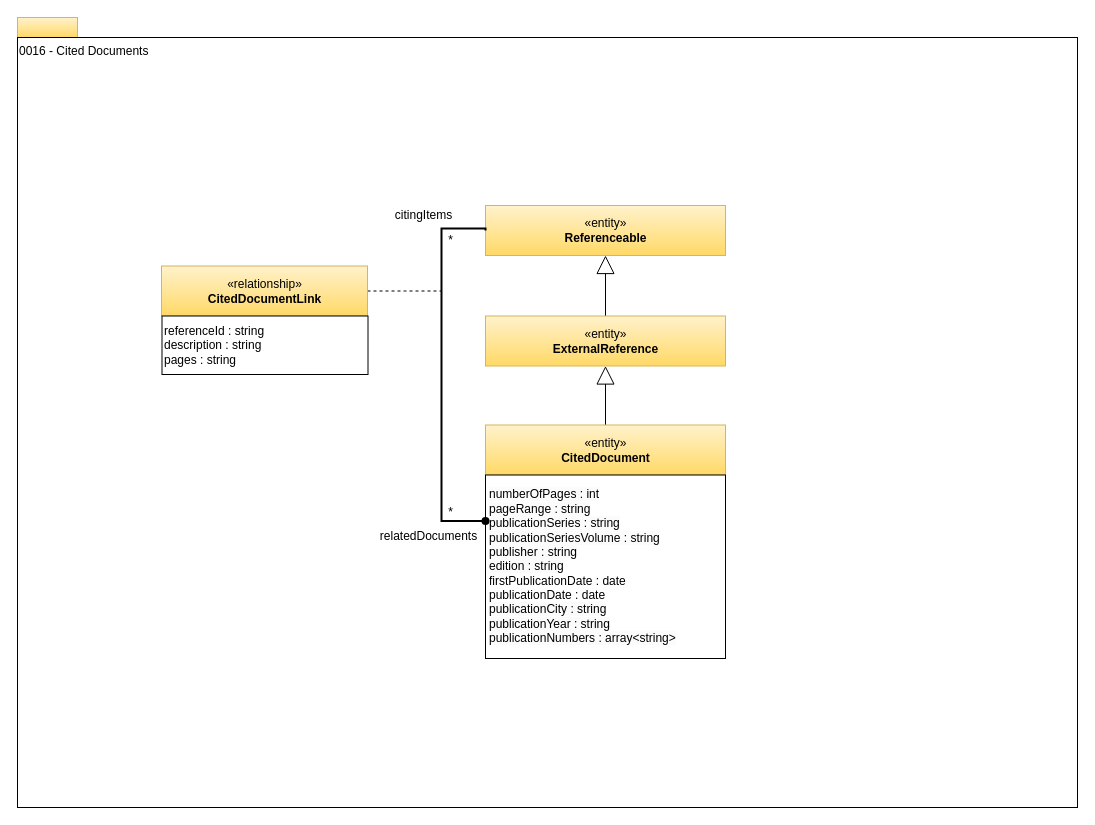
Above: page "0016-Cited-Documents" (10 of 32) of site/docs/types/0/area-0-basic-types-and-infrastructure.drawio in odpi/egeria-docs (draw.io), before the change. Source tidied: cells renumbered, new cells numbered last; positions are measured from the earlier drawing's top-left corner, leaving out a move shared by most shapes. Both pictures are drawn from the tidied source at 100%, with x=0, y=0 at pixel (17, 17).
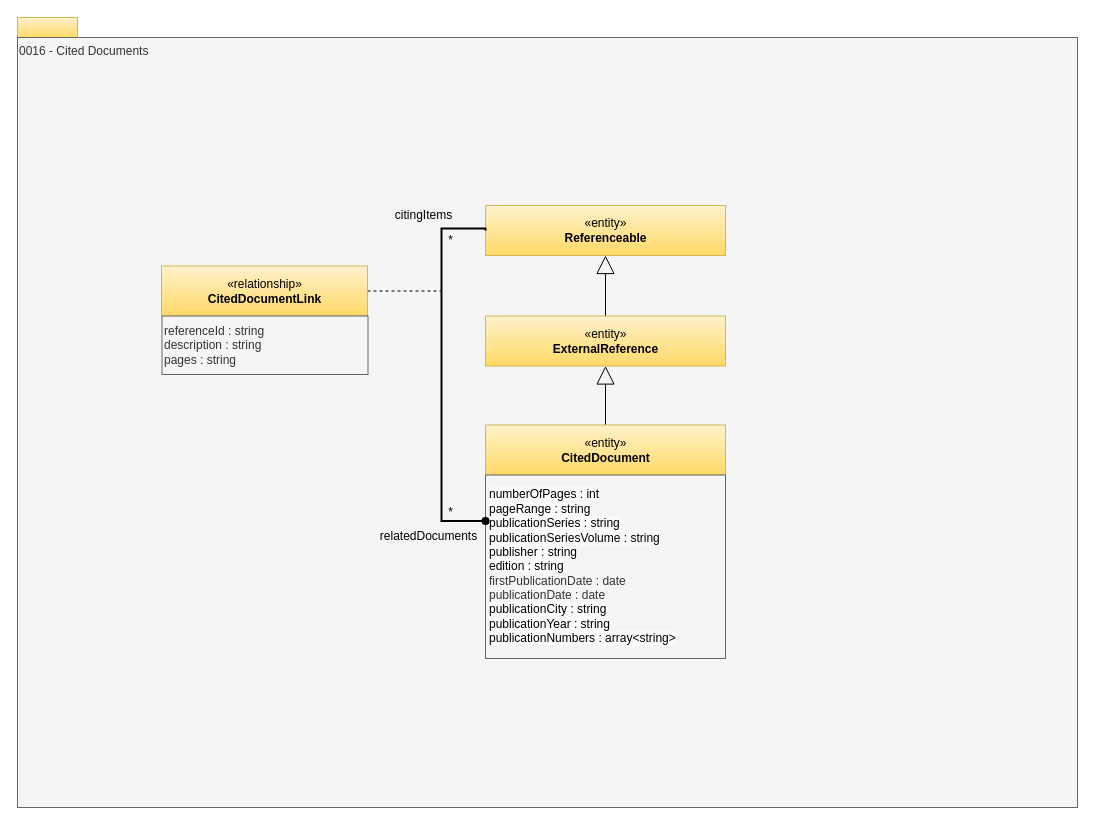
Above is the later version.

Change to the diagram source:
```diff
@@
-    <mxCell id="3" value="0016 - Cited Documents" style="rounded=0;whiteSpace=wrap;html=1;align=left;verticalAlign=top;" parent="1" vertex="1">
+    <mxCell id="3" value="0016 - Cited Documents" style="rounded=0;whiteSpace=wrap;html=1;align=left;verticalAlign=top;fillColor=#f5f5f5;fontColor=#333333;strokeColor=#666666;" parent="1" vertex="1">
       <mxGeometry y="20" width="1060" height="770" as="geometry" />
     </mxCell>
@@
-    <mxCell id="7" value="referenceId : string&lt;br&gt;description : string&lt;br&gt;pages : string" style="rounded=0;whiteSpace=wrap;html=1;strokeColor=#000000;gradientColor=#ffffff;align=left;" parent="1" vertex="1">
+    <mxCell id="7" value="referenceId : string&lt;br&gt;description : string&lt;br&gt;pages : string" style="rounded=0;whiteSpace=wrap;html=1;strokeColor=#666666;align=left;fillColor=#f5f5f5;fontColor=#333333;" parent="1" vertex="1">
       <mxGeometry x="144.5" y="298.5" width="206" height="58.5" as="geometry" />
     </mxCell>
@@
-    <mxCell id="12" value="&lt;span style=&quot;color: rgb(0, 0, 0); font-family: Helvetica; font-size: 12px; font-style: normal; font-variant-ligatures: normal; font-variant-caps: normal; font-weight: 400; letter-spacing: normal; orphans: 2; text-align: left; text-indent: 0px; text-transform: none; widows: 2; word-spacing: 0px; -webkit-text-stroke-width: 0px; white-space: normal; background-color: rgb(251, 251, 251); text-decoration-thickness: initial; text-decoration-style: initial; text-decoration-color: initial; display: inline !important; float: none;&quot;&gt;numberOfPages : int&lt;/span&gt;&lt;br style=&quot;forced-color-adjust: none; color: rgb(0, 0, 0); font-family: Helvetica; font-size: 12px; font-style: normal; font-variant-ligatures: normal; font-variant-caps: normal; font-weight: 400; letter-spacing: normal; orphans: 2; text-align: left; text-indent: 0px; text-transform: none; widows: 2; word-spacing: 0px; -webkit-text-stroke-width: 0px; white-space: normal; background-color: rgb(251, 251, 251); text-decoration-thickness: initial; text-decoration-style: initial; text-decoration-color: initial;&quot;&gt;&lt;span style=&quot;color: rgb(0, 0, 0); font-family: Helvetica; font-size: 12px; font-style: normal; font-variant-ligatures: normal; font-variant-caps: normal; font-weight: 400; letter-spacing: normal; orphans: 2; text-align: left; text-indent: 0px; text-transform: none; widows: 2; word-spacing: 0px; -webkit-text-stroke-width: 0px; white-space: normal; background-color: rgb(251, 251, 251); text-decoration-thickness: initial; text-decoration-style: initial; text-decoration-color: initial; display: inline !important; float: none;&quot;&gt;pageRange : string&lt;/span&gt;&lt;div&gt;&lt;span style=&quot;color: rgb(0, 0, 0); font-family: Helvetica; font-size: 12px; font-style: normal; font-variant-ligatures: normal; font-variant-caps: normal; font-weight: 400; letter-spacing: normal; orphans: 2; text-align: left; text-indent: 0px; text-transform: none; widows: 2; word-spacing: 0px; -webkit-text-stroke-width: 0px; white-space: normal; background-color: rgb(251, 251, 251); text-decoration-thickness: initial; text-decoration-style: initial; text-decoration-color: initial; display: inline !important; float: none;&quot;&gt;publicationSeries : string&lt;br&gt;publicationSeriesVolume : string&lt;br&gt;publisher : string&lt;br&gt;edition : string&lt;/span&gt;&lt;/div&gt;firstPublicationDate : date&lt;br&gt;publicationDate : date&lt;br&gt;&lt;div&gt;&lt;span style=&quot;color: rgb(0, 0, 0); font-family: Helvetica; font-size: 12px; font-style: normal; font-variant-ligatures: normal; font-variant-caps: normal; font-weight: 400; letter-spacing: normal; orphans: 2; text-align: left; text-indent: 0px; text-transform: none; widows: 2; word-spacing: 0px; -webkit-text-stroke-width: 0px; white-space: normal; background-color: rgb(251, 251, 251); text-decoration-thickness: initial; text-decoration-style: initial; text-decoration-color: initial; display: inline !important; float: none;&quot;&gt;publicationCity : string&lt;br&gt;publicationYear : string&lt;br&gt;publicationNumbers : array&amp;lt;string&amp;gt;&lt;/span&gt;&lt;/div&gt;" style="rounded=0;whiteSpace=wrap;html=1;strokeColor=#000000;gradientColor=#ffffff;align=left;spacingLeft=2;" parent="1" vertex="1">
+    <mxCell id="12" value="&lt;span style=&quot;color: rgb(0, 0, 0); font-family: Helvetica; font-size: 12px; font-style: normal; font-variant-ligatures: normal; font-variant-caps: normal; font-weight: 400; letter-spacing: normal; orphans: 2; text-align: left; text-indent: 0px; text-transform: none; widows: 2; word-spacing: 0px; -webkit-text-stroke-width: 0px; white-space: normal; background-color: rgb(251, 251, 251); text-decoration-thickness: initial; text-decoration-style: initial; text-decoration-color: initial; display: inline !important; float: none;&quot;&gt;numberOfPages : int&lt;/span&gt;&lt;br style=&quot;forced-color-adjust: none; color: rgb(0, 0, 0); font-family: Helvetica; font-size: 12px; font-style: normal; font-variant-ligatures: normal; font-variant-caps: normal; font-weight: 400; letter-spacing: normal; orphans: 2; text-align: left; text-indent: 0px; text-transform: none; widows: 2; word-spacing: 0px; -webkit-text-stroke-width: 0px; white-space: normal; background-color: rgb(251, 251, 251); text-decoration-thickness: initial; text-decoration-style: initial; text-decoration-color: initial;&quot;&gt;&lt;span style=&quot;color: rgb(0, 0, 0); font-family: Helvetica; font-size: 12px; font-style: normal; font-variant-ligatures: normal; font-variant-caps: normal; font-weight: 400; letter-spacing: normal; orphans: 2; text-align: left; text-indent: 0px; text-transform: none; widows: 2; word-spacing: 0px; -webkit-text-stroke-width: 0px; white-space: normal; background-color: rgb(251, 251, 251); text-decoration-thickness: initial; text-decoration-style: initial; text-decoration-color: initial; display: inline !important; float: none;&quot;&gt;pageRange : string&lt;/span&gt;&lt;div&gt;&lt;span style=&quot;color: rgb(0, 0, 0); font-family: Helvetica; font-size: 12px; font-style: normal; font-variant-ligatures: normal; font-variant-caps: normal; font-weight: 400; letter-spacing: normal; orphans: 2; text-align: left; text-indent: 0px; text-transform: none; widows: 2; word-spacing: 0px; -webkit-text-stroke-width: 0px; white-space: normal; background-color: rgb(251, 251, 251); text-decoration-thickness: initial; text-decoration-style: initial; text-decoration-color: initial; display: inline !important; float: none;&quot;&gt;publicationSeries : string&lt;br&gt;publicationSeriesVolume : string&lt;br&gt;publisher : string&lt;br&gt;edition : string&lt;/span&gt;&lt;/div&gt;firstPublicationDate : date&lt;br&gt;publicationDate : date&lt;br&gt;&lt;div&gt;&lt;span style=&quot;color: rgb(0, 0, 0); font-family: Helvetica; font-size: 12px; font-style: normal; font-variant-ligatures: normal; font-variant-caps: normal; font-weight: 400; letter-spacing: normal; orphans: 2; text-align: left; text-indent: 0px; text-transform: none; widows: 2; word-spacing: 0px; -webkit-text-stroke-width: 0px; white-space: normal; background-color: rgb(251, 251, 251); text-decoration-thickness: initial; text-decoration-style: initial; text-decoration-color: initial; display: inline !important; float: none;&quot;&gt;publicationCity : string&lt;br&gt;publicationYear : string&lt;br&gt;publicationNumbers : array&amp;lt;string&amp;gt;&lt;/span&gt;&lt;/div&gt;" style="rounded=0;whiteSpace=wrap;html=1;strokeColor=#666666;align=left;spacingLeft=2;fillColor=#f5f5f5;fontColor=#333333;" parent="1" vertex="1">
       <mxGeometry x="468" y="457.5" width="240" height="183.5" as="geometry" />
     </mxCell>
```
